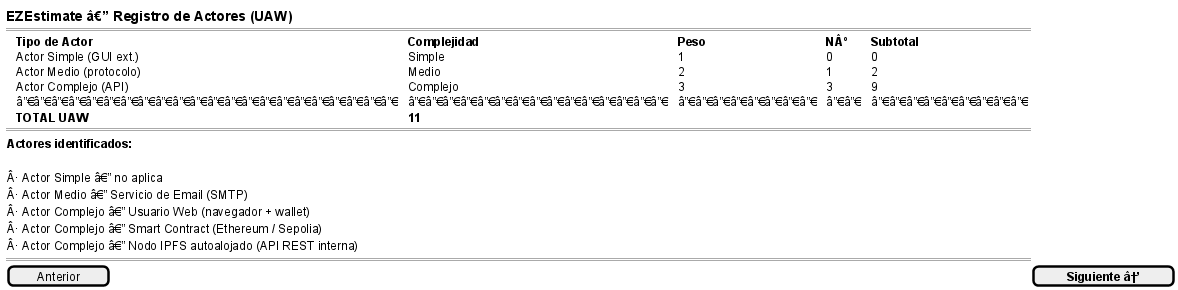
ErDeivih/DocumentChain keeps this PlantUML diagram as anexos/diagramas/ezestimate-actors.png. Above is the earlier version. Source of this version:
```plantuml
@startsalt
{
  <b><size:14>EZEstimate â€” Registro de Actores (UAW)</size></b>
  ==
  {T
   + <b>Tipo de Actor</b>       | <b>Complejidad</b> | <b>Peso</b> | <b>NÂº</b> | <b>Subtotal</b>
   + Actor Simple (GUI ext.) | Simple          | 1        | 0  | 0
   + Actor Medio (protocolo) | Medio           | 2        | 1  | 2
   + Actor Complejo (API)    | Complejo        | 3        | 3  | 9
   + â”€â”€â”€â”€â”€â”€â”€â”€â”€â”€â”€â”€â”€â”€â”€â”€â”€â”€â”€â”€â”€â”€  | â”€â”€â”€â”€â”€â”€â”€â”€â”€â”€â”€â”€â”€â”€â”€ | â”€â”€â”€â”€â”€â”€â”€â”€ | â”€â”€ | â”€â”€â”€â”€â”€â”€â”€â”€â”€
   + <b>TOTAL UAW</b>            |                 |          |    | <b>11</b>
  }
  ==
  {
    <b>Actores identificados:</b>
    .
    Â· Actor Simple â€” no aplica
    Â· Actor Medio â€” Servicio de Email (SMTP)
    Â· Actor Complejo â€” Usuario Web (navegador + wallet)
    Â· Actor Complejo â€” Smart Contract (Ethereum / Sepolia)
    Â· Actor Complejo â€” Nodo IPFS autoalojado (API REST interna)
  }
  ==
  [  Anterior  ] | [  <b>Siguiente â†’</b>  ]
}
@endsalt
```
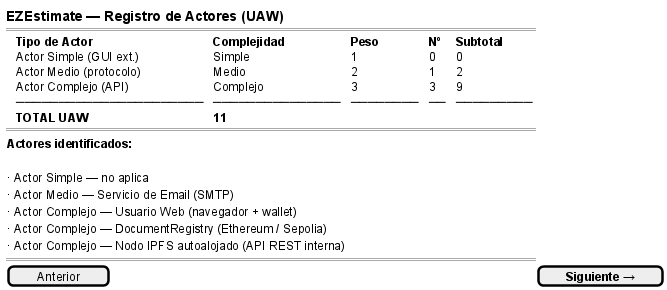
Later version of the same file.

The edit, as a diff of the source:
```diff
@@ -1,26 +1,26 @@
 @startsalt
 {
-  <b><size:14>EZEstimate â€” Registro de Actores (UAW)</size></b>
+  <b><size:14>EZEstimate — Registro de Actores (UAW)</size></b>
   ==
   {T
-   + <b>Tipo de Actor</b>       | <b>Complejidad</b> | <b>Peso</b> | <b>NÂº</b> | <b>Subtotal</b>
+   + <b>Tipo de Actor</b>       | <b>Complejidad</b> | <b>Peso</b> | <b>Nº</b> | <b>Subtotal</b>
    + Actor Simple (GUI ext.) | Simple          | 1        | 0  | 0
    + Actor Medio (protocolo) | Medio           | 2        | 1  | 2
    + Actor Complejo (API)    | Complejo        | 3        | 3  | 9
-   + â”€â”€â”€â”€â”€â”€â”€â”€â”€â”€â”€â”€â”€â”€â”€â”€â”€â”€â”€â”€â”€â”€  | â”€â”€â”€â”€â”€â”€â”€â”€â”€â”€â”€â”€â”€â”€â”€ | â”€â”€â”€â”€â”€â”€â”€â”€ | â”€â”€ | â”€â”€â”€â”€â”€â”€â”€â”€â”€
+   + ──────────────────────  | ─────────────── | ──────── | ── | ─────────
    + <b>TOTAL UAW</b>            |                 |          |    | <b>11</b>
   }
   ==
   {
     <b>Actores identificados:</b>
     .
-    Â· Actor Simple â€” no aplica
-    Â· Actor Medio â€” Servicio de Email (SMTP)
-    Â· Actor Complejo â€” Usuario Web (navegador + wallet)
-    Â· Actor Complejo â€” Smart Contract (Ethereum / Sepolia)
-    Â· Actor Complejo â€” Nodo IPFS autoalojado (API REST interna)
+    · Actor Simple — no aplica
+    · Actor Medio — Servicio de Email (SMTP)
+    · Actor Complejo — Usuario Web (navegador + wallet)
+    · Actor Complejo — DocumentRegistry (Ethereum / Sepolia)
+    · Actor Complejo — Nodo IPFS autoalojado (API REST interna)
   }
   ==
-  [  Anterior  ] | [  <b>Siguiente â†’</b>  ]
+  [  Anterior  ] | [  <b>Siguiente →</b>  ]
 }
 @endsalt
```
